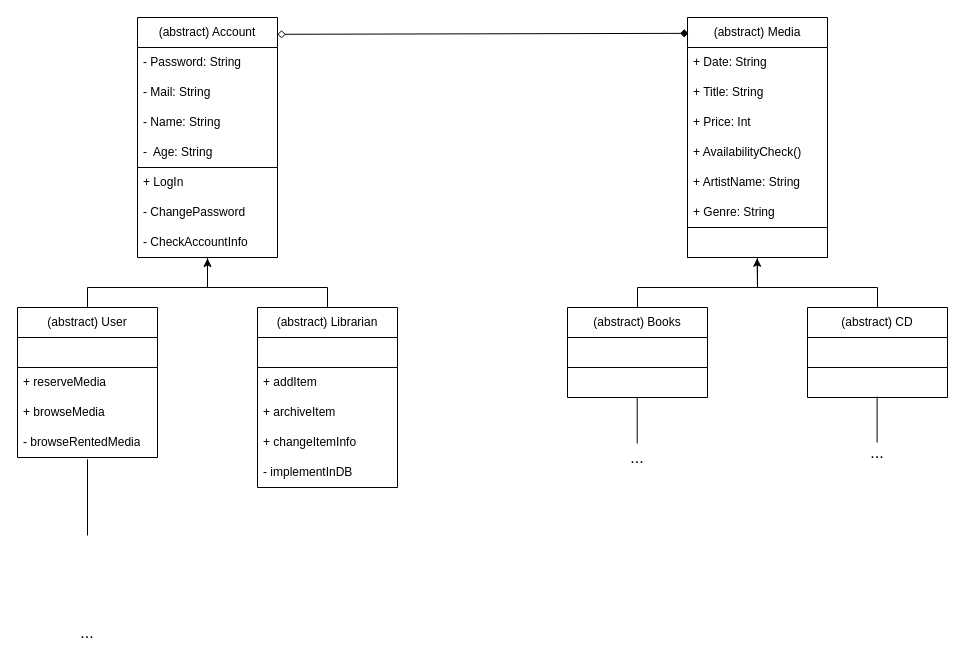
Above: Dokumentation/diagrams/class_library.drawio in sraosha47/m226 (draw.io), before the change. Source tidied: cells renumbered, new cells numbered last; positions are measured from the earlier drawing's top-left corner, leaving out a move shared by most shapes. Both pictures are drawn from the tidied source at 100%, with x=0, y=0 at pixel (17, 17).
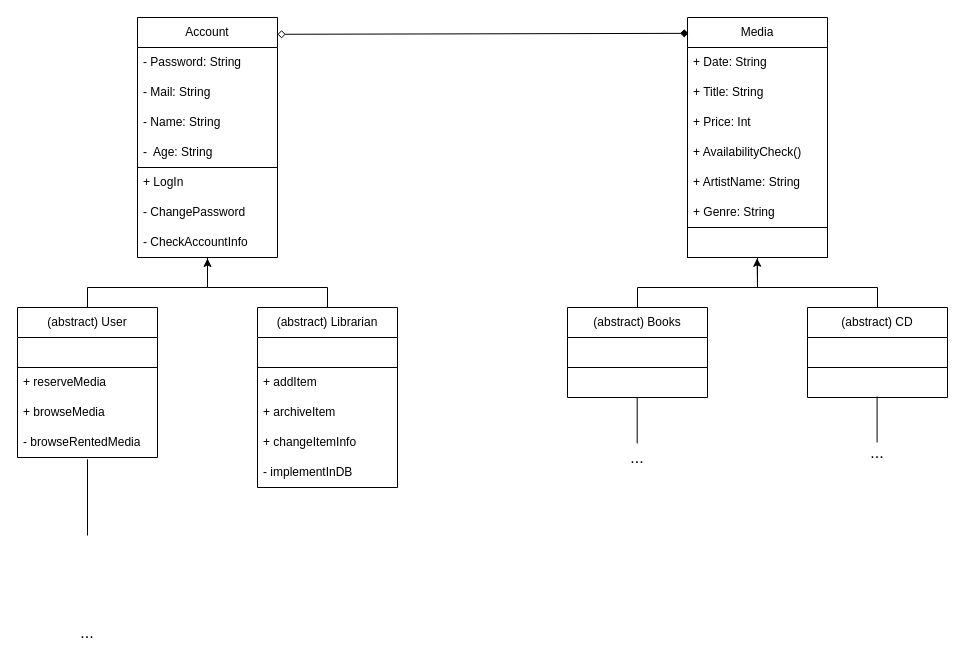
The same page after the edit.

Diff of the diagram source:
```diff
@@
-    <mxCell id="2" value="(abstract) Account" style="swimlane;fontStyle=0;horizontal=1;startSize=30;whiteSpace=wrap;html=1;" parent="1" vertex="1">
+    <mxCell id="2" value="Account" style="swimlane;fontStyle=0;horizontal=1;startSize=30;whiteSpace=wrap;html=1;" parent="1" vertex="1">
       <mxGeometry x="120" width="140" height="150" as="geometry" />
     </mxCell>
@@
-    <mxCell id="7" value="(abstract) Media" style="swimlane;fontStyle=0;horizontal=1;startSize=30;whiteSpace=wrap;html=1;" parent="1" vertex="1">
+    <mxCell id="7" value="Media" style="swimlane;fontStyle=0;horizontal=1;startSize=30;whiteSpace=wrap;html=1;" parent="1" vertex="1">
       <mxGeometry x="670" width="140" height="240" as="geometry" />
     </mxCell>
```
